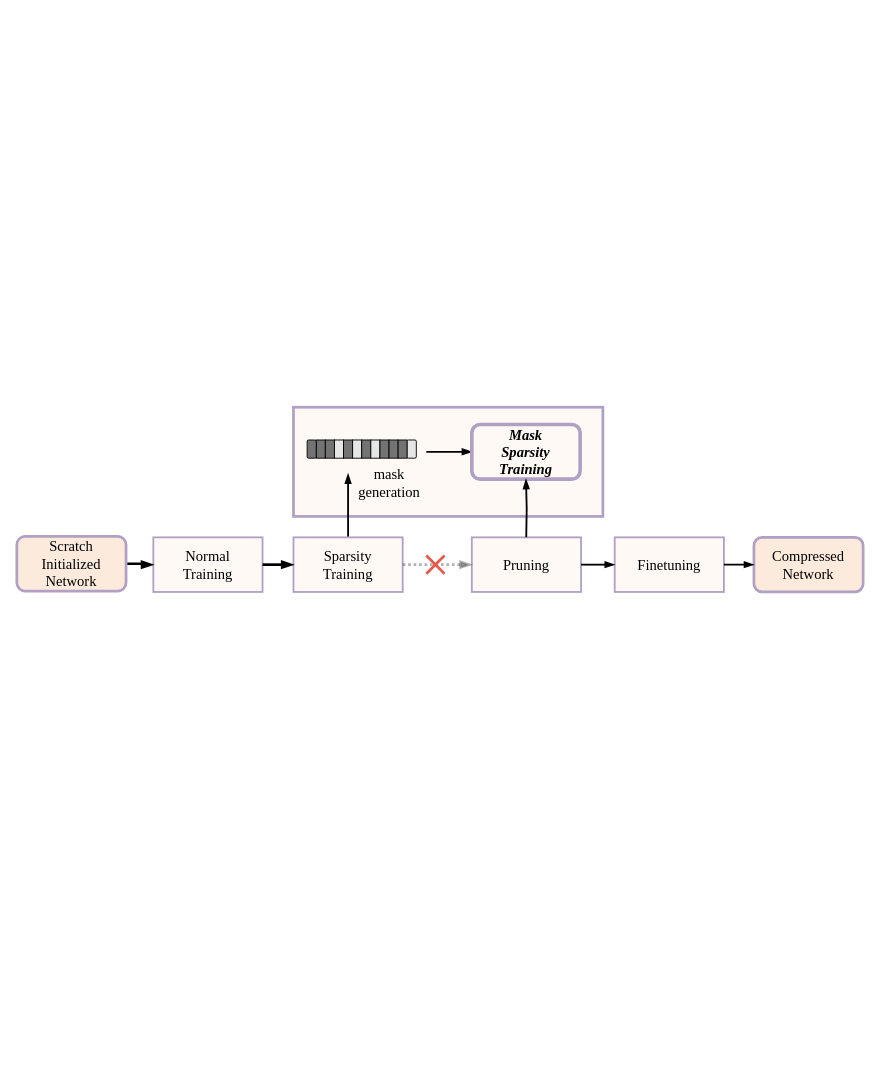
Above: Untitled Diagram.drawio in AAAAAAAyq/Personal-Studying (draw.io), before the change. Source tidied: cells renumbered, new cells numbered last; positions are measured from the earlier drawing's top-left corner, leaving out a move shared by most shapes. Both pictures are drawn from the tidied source at 91%, with x=0, y=0 at pixel (15, 389).
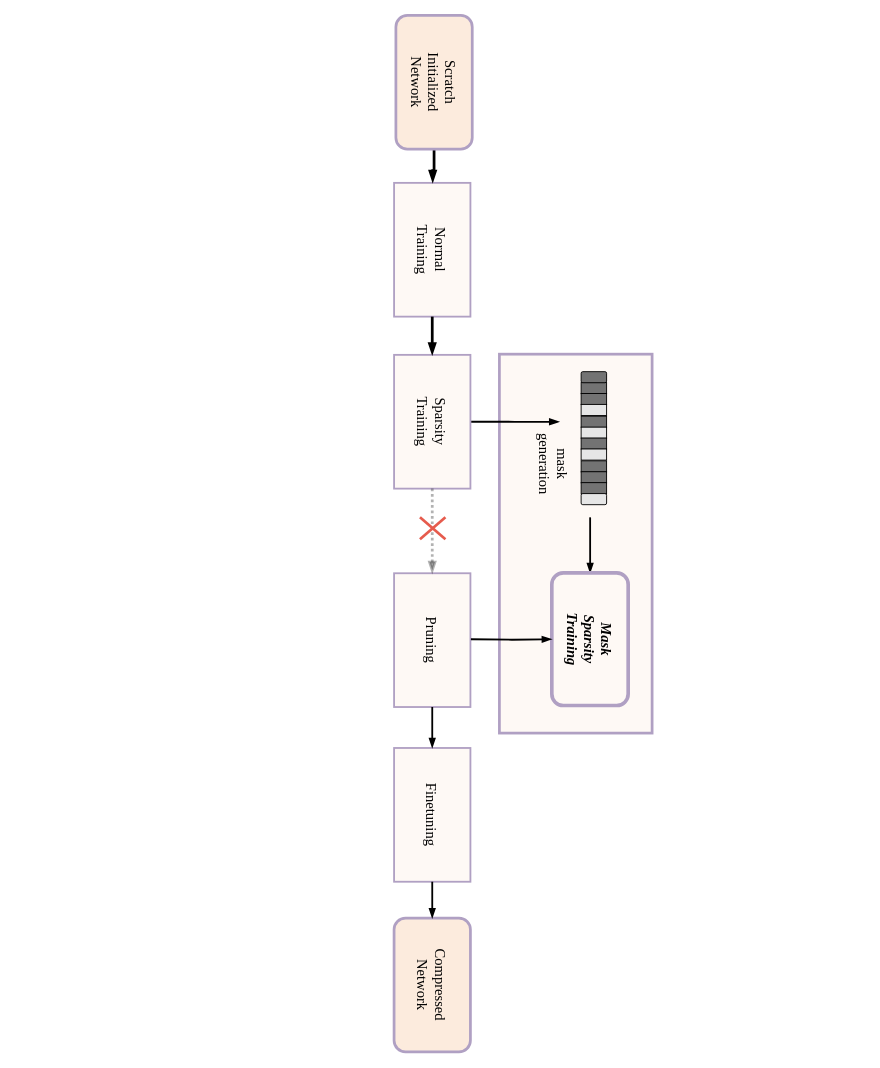
The same diagram, later.

What changed in the source:
```diff
@@
-    <mxCell id="2" style="group;rotation=0;" parent="1" vertex="1">
-      <mxGeometry width="930" height="226" as="geometry" />
+    <mxCell id="2" style="group;rotation=90;direction=east;" parent="1" vertex="1">
+      <mxGeometry width="1139" height="316" as="geometry" />
     </mxCell>
-    <mxCell id="3" style="rounded=0;whiteSpace=wrap;html=1;shadow=0;glass=0;sketch=0;fontFamily=Times New Roman;fontSize=16;strokeWidth=3;direction=east;rotation=0;fillColor=#FEF9F5;strokeColor=#B0A0C3;" parent="2" vertex="1">
-      <mxGeometry x="305" y="20" width="340" height="120" as="geometry" />
+    <mxCell id="3" style="rounded=0;whiteSpace=wrap;html=1;shadow=0;glass=0;sketch=0;fontFamily=Times New Roman;fontSize=16;strokeWidth=3;direction=east;rotation=90;fillColor=#FEF9F5;strokeColor=#B0A0C3;" parent="2" vertex="1">
+      <mxGeometry x="407" y="86" width="416.4" height="167.8" as="geometry" />
     </mxCell>
-    <mxCell id="4" value="Normal&lt;br style=&quot;font-size: 16px;&quot;&gt;Training" style="rounded=0;whiteSpace=wrap;html=1;fillColor=#FEF9F5;strokeColor=#B0A0C3;strokeWidth=2;fontFamily=Times New Roman;fontSize=16;direction=east;rotation=0;" parent="2" vertex="1">
-      <mxGeometry x="151" y="163" width="120" height="60" as="geometry" />
+    <mxCell id="4" value="Normal&lt;br style=&quot;font-size: 16px;&quot;&gt;Training" style="rounded=0;whiteSpace=wrap;html=1;fillColor=#FEF9F5;strokeColor=#B0A0C3;strokeWidth=2;fontFamily=Times New Roman;fontSize=16;direction=east;rotation=90;" parent="2" vertex="1">
+      <mxGeometry x="384" y="-195" width="147" height="83.9" as="geometry" />
     </mxCell>
     <mxCell id="5" style="edgeStyle=orthogonalEdgeStyle;rounded=0;jettySize=auto;html=1;exitX=0.5;exitY=0;exitDx=0;exitDy=0;fontFamily=Times New Roman;fontSize=16;endArrow=blockThin;endFill=1;strokeWidth=2;entryX=0.5;entryY=0;entryDx=0;entryDy=0;" parent="2" edge="1" source="6">
       <mxGeometry relative="1" as="geometry">
-        <mxPoint x="365" y="93" as="targetPoint" />
+        <mxPoint x="597" y="36" as="targetPoint" />
       </mxGeometry>
     </mxCell>
-    <mxCell id="6" value="Sparsity&lt;br style=&quot;font-size: 16px&quot;&gt;Training" style="rounded=0;whiteSpace=wrap;html=1;fillColor=#FEF9F5;strokeColor=#B0A0C3;strokeWidth=2;fontFamily=Times New Roman;fontSize=16;direction=east;rotation=0;" parent="2" vertex="1">
-      <mxGeometry x="305" y="163" width="120" height="60" as="geometry" />
+    <mxCell id="6" value="Sparsity&lt;br style=&quot;font-size: 16px&quot;&gt;Training" style="rounded=0;whiteSpace=wrap;html=1;fillColor=#FEF9F5;strokeColor=#B0A0C3;strokeWidth=2;fontFamily=Times New Roman;fontSize=16;direction=east;rotation=90;" parent="2" vertex="1">
+      <mxGeometry x="384" y="-6" width="147" height="83.9" as="geometry" />
     </mxCell>
@@
-    <mxCell id="8" value="Pruning" style="rounded=0;whiteSpace=wrap;html=1;fillColor=#FEF9F5;strokeColor=#B0A0C3;strokeWidth=2;fontFamily=Times New Roman;fontSize=16;direction=east;rotation=0;" parent="2" vertex="1">
-      <mxGeometry x="501" y="163" width="120" height="60" as="geometry" />
+    <mxCell id="8" value="Pruning" style="rounded=0;whiteSpace=wrap;html=1;fillColor=#FEF9F5;strokeColor=#B0A0C3;strokeWidth=2;fontFamily=Times New Roman;fontSize=16;direction=east;rotation=90;" parent="2" vertex="1">
+      <mxGeometry x="384" y="234" width="147" height="83.9" as="geometry" />
     </mxCell>
@@
-    <mxCell id="10" value="Finetuning" style="rounded=0;whiteSpace=wrap;html=1;fillColor=#FEF9F5;strokeColor=#B0A0C3;strokeWidth=2;fontFamily=Times New Roman;fontSize=16;direction=east;rotation=0;" parent="2" vertex="1">
-      <mxGeometry x="658" y="163" width="120" height="60" as="geometry" />
+    <mxCell id="10" value="Finetuning" style="rounded=0;whiteSpace=wrap;html=1;fillColor=#FEF9F5;strokeColor=#B0A0C3;strokeWidth=2;fontFamily=Times New Roman;fontSize=16;direction=east;rotation=90;" parent="2" vertex="1">
+      <mxGeometry x="384" y="426" width="147" height="83.9" as="geometry" />
     </mxCell>
@@
-    <mxCell id="12" style="edgeStyle=orthogonalEdgeStyle;rounded=0;jettySize=auto;html=1;exitX=1;exitY=0.5;exitDx=0;exitDy=0;fontFamily=Times New Roman;fontSize=16;endArrow=blockThin;endFill=1;strokeWidth=3;" parent="2" edge="1" source="13">
+    <mxCell id="12" style="edgeStyle=orthogonalEdgeStyle;rounded=0;jettySize=auto;html=1;exitX=1;exitY=0.5;exitDx=0;exitDy=0;fontFamily=Times New Roman;fontSize=16;endArrow=blockThin;endFill=1;strokeWidth=3;entryX=1;entryY=0.5;entryDx=0;entryDy=0;" parent="2" edge="1" source="13">
       <mxGeometry relative="1" as="geometry">
-        <mxPoint x="151" y="193" as="targetPoint" />
+        <mxPoint x="458" y="-227" as="targetPoint" />
         <Array as="points">
-          <mxPoint x="140" y="192" />
-          <mxPoint x="140" y="193" />
+          <mxPoint x="459" y="-240" />
+          <mxPoint x="458" y="-240" />
         </Array>
       </mxGeometry>
     </mxCell>
-    <mxCell id="13" value="Scratch&lt;br&gt;Initialized&lt;br&gt;Network" style="rounded=1;whiteSpace=wrap;html=1;fontFamily=Times New Roman;fontSize=16;strokeWidth=3;strokeColor=#B0A0C3;fillColor=#FCEBDD;direction=east;rotation=0;" parent="2" vertex="1">
-      <mxGeometry x="1" y="162" width="120" height="60" as="geometry" />
+    <mxCell id="13" value="Scratch&lt;br&gt;Initialized&lt;br&gt;Network" style="rounded=1;whiteSpace=wrap;html=1;fontFamily=Times New Roman;fontSize=16;strokeWidth=3;strokeColor=#B0A0C3;fillColor=#FCEBDD;direction=east;rotation=90;" parent="2" vertex="1">
+      <mxGeometry x="386" y="-379" width="147" height="83.9" as="geometry" />
     </mxCell>
-    <mxCell id="14" value="Compressed&lt;br&gt;Network" style="rounded=1;whiteSpace=wrap;html=1;fontFamily=Times New Roman;fontSize=16;strokeWidth=3;strokeColor=#B0A0C3;fillColor=#FCEBDD;direction=east;rotation=0;" parent="2" vertex="1">
-      <mxGeometry x="811" y="163" width="120" height="60" as="geometry" />
+    <mxCell id="14" value="Compressed&lt;br&gt;Network" style="rounded=1;whiteSpace=wrap;html=1;fontFamily=Times New Roman;fontSize=16;strokeWidth=3;strokeColor=#B0A0C3;fillColor=#FCEBDD;direction=east;rotation=90;" parent="2" vertex="1">
+      <mxGeometry x="384" y="613" width="147" height="83.9" as="geometry" />
     </mxCell>
@@
-    <mxCell id="16" style="edgeStyle=orthogonalEdgeStyle;rounded=0;jettySize=auto;html=1;exitX=0;exitY=0.5;exitDx=0;exitDy=0;fontFamily=Times New Roman;fontSize=16;endArrow=none;endFill=0;strokeWidth=2;startArrow=blockThin;startFill=1;" parent="2" edge="1" source="32">
+    <mxCell id="16" style="edgeStyle=orthogonalEdgeStyle;rounded=0;jettySize=auto;html=1;exitX=0;exitY=0.5;exitDx=0;exitDy=0;fontFamily=Times New Roman;fontSize=16;endArrow=none;endFill=0;strokeWidth=2;startArrow=blockThin;startFill=1;entryX=0;entryY=0.5;entryDx=0;entryDy=0;" parent="2" edge="1" source="32">
       <mxGeometry relative="1" as="geometry">
-        <mxPoint x="451" y="69" as="targetPoint" />
+        <mxPoint x="631" y="141" as="targetPoint" />
         <Array as="points">
-          <mxPoint x="451" y="69" />
+          <mxPoint x="631" y="141" />
         </Array>
       </mxGeometry>
     </mxCell>
     <mxCell id="17" style="endArrow=none;html=1;fontFamily=Times New Roman;fontSize=16;strokeWidth=3;strokeColor=#E65B4D;" parent="2" edge="1">
       <mxGeometry relative="1" as="geometry">
-        <mxPoint x="451" y="203" as="sourcePoint" />
-        <mxPoint x="471" y="183" as="targetPoint" />
+        <mxPoint x="444" y="141" as="sourcePoint" />
+        <mxPoint x="472" y="165" as="targetPoint" />
       </mxGeometry>
     </mxCell>
     <mxCell id="18" style="endArrow=none;html=1;fontFamily=Times New Roman;fontSize=16;strokeWidth=3;strokeColor=#E65B4D;" parent="2" edge="1">
       <mxGeometry relative="1" as="geometry">
-        <mxPoint x="471" y="203" as="sourcePoint" />
-        <mxPoint x="451" y="183" as="targetPoint" />
+        <mxPoint x="444" y="165" as="sourcePoint" />
+        <mxPoint x="472" y="141" as="targetPoint" />
       </mxGeometry>
     </mxCell>
-    <mxCell id="19" style="whiteSpace=wrap;html=1;fontFamily=Times New Roman;fontSize=16;strokeWidth=1;fillColor=#737373;direction=east;rotation=0;" parent="2" vertex="1">
-      <mxGeometry x="330" y="56" width="10" height="20" as="geometry" />
+    <mxCell id="19" style="whiteSpace=wrap;html=1;fontFamily=Times New Roman;fontSize=16;strokeWidth=1;fillColor=#737373;direction=east;rotation=90;" parent="2" vertex="1">
+      <mxGeometry x="629" y="-15" width="12.2" height="28" as="geometry" />
     </mxCell>
-    <mxCell id="20" style="whiteSpace=wrap;html=1;fontFamily=Times New Roman;fontSize=16;strokeWidth=1;fillColor=#737373;direction=east;rotation=0;" parent="2" vertex="1">
-      <mxGeometry x="340" y="56" width="10" height="20" as="geometry" />
+    <mxCell id="20" style="whiteSpace=wrap;html=1;fontFamily=Times New Roman;fontSize=16;strokeWidth=1;fillColor=#737373;direction=east;rotation=90;" parent="2" vertex="1">
+      <mxGeometry x="629" y="-3" width="12.2" height="28" as="geometry" />
     </mxCell>
-    <mxCell id="21" style="whiteSpace=wrap;html=1;fontFamily=Times New Roman;fontSize=16;strokeWidth=1;fillColor=#E6E6E6;direction=east;rotation=0;" parent="2" vertex="1">
-      <mxGeometry x="350" y="56" width="10" height="20" as="geometry" />
+    <mxCell id="21" style="whiteSpace=wrap;html=1;fontFamily=Times New Roman;fontSize=16;strokeWidth=1;fillColor=#E6E6E6;direction=east;rotation=90;" parent="2" vertex="1">
+      <mxGeometry x="629" y="9" width="12.2" height="28" as="geometry" />
     </mxCell>
-    <mxCell id="22" style="whiteSpace=wrap;html=1;fontFamily=Times New Roman;fontSize=16;strokeWidth=1;fillColor=#737373;direction=east;rotation=0;" parent="2" vertex="1">
-      <mxGeometry x="360" y="56" width="10" height="20" as="geometry" />
+    <mxCell id="22" style="whiteSpace=wrap;html=1;fontFamily=Times New Roman;fontSize=16;strokeWidth=1;fillColor=#737373;direction=east;rotation=90;" parent="2" vertex="1">
+      <mxGeometry x="629" y="22" width="12.2" height="28" as="geometry" />
     </mxCell>
-    <mxCell id="23" style="whiteSpace=wrap;html=1;fontFamily=Times New Roman;fontSize=16;strokeWidth=1;fillColor=#E6E6E6;direction=east;rotation=0;" parent="2" vertex="1">
-      <mxGeometry x="370" y="56" width="10" height="20" as="geometry" />
+    <mxCell id="23" style="whiteSpace=wrap;html=1;fontFamily=Times New Roman;fontSize=16;strokeWidth=1;fillColor=#E6E6E6;direction=east;rotation=90;" parent="2" vertex="1">
+      <mxGeometry x="629" y="34" width="12.2" height="28" as="geometry" />
     </mxCell>
-    <mxCell id="24" style="whiteSpace=wrap;html=1;fontFamily=Times New Roman;fontSize=16;strokeWidth=1;fillColor=#737373;direction=east;rotation=0;" parent="2" vertex="1">
-      <mxGeometry x="380" y="56" width="10" height="20" as="geometry" />
+    <mxCell id="24" style="whiteSpace=wrap;html=1;fontFamily=Times New Roman;fontSize=16;strokeWidth=1;fillColor=#737373;direction=east;rotation=90;" parent="2" vertex="1">
+      <mxGeometry x="629" y="46" width="12.2" height="28" as="geometry" />
     </mxCell>
-    <mxCell id="25" style="whiteSpace=wrap;html=1;fontFamily=Times New Roman;fontSize=16;strokeWidth=1;fillColor=#E6E6E6;direction=east;rotation=0;" parent="2" vertex="1">
-      <mxGeometry x="390" y="56" width="10" height="20" as="geometry" />
+    <mxCell id="25" style="whiteSpace=wrap;html=1;fontFamily=Times New Roman;fontSize=16;strokeWidth=1;fillColor=#E6E6E6;direction=east;rotation=90;" parent="2" vertex="1">
+      <mxGeometry x="629" y="58" width="12.2" height="28" as="geometry" />
     </mxCell>
-    <mxCell id="26" style="whiteSpace=wrap;html=1;fontFamily=Times New Roman;fontSize=16;strokeWidth=1;fillColor=#737373;direction=east;rotation=0;" parent="2" vertex="1">
-      <mxGeometry x="400" y="56" width="10" height="20" as="geometry" />
+    <mxCell id="26" style="whiteSpace=wrap;html=1;fontFamily=Times New Roman;fontSize=16;strokeWidth=1;fillColor=#737373;direction=east;rotation=90;" parent="2" vertex="1">
+      <mxGeometry x="629" y="71" width="12.2" height="28" as="geometry" />
     </mxCell>
-    <mxCell id="27" style="whiteSpace=wrap;html=1;fontFamily=Times New Roman;fontSize=16;strokeWidth=1;rounded=1;fillColor=#737373;direction=east;rotation=0;" parent="2" vertex="1">
-      <mxGeometry x="320" y="56" width="10" height="20" as="geometry" />
+    <mxCell id="27" style="whiteSpace=wrap;html=1;fontFamily=Times New Roman;fontSize=16;strokeWidth=1;rounded=1;fillColor=#737373;direction=east;rotation=90;" parent="2" vertex="1">
+      <mxGeometry x="629" y="-27" width="12.2" height="28" as="geometry" />
     </mxCell>
-    <mxCell id="28" style="whiteSpace=wrap;html=1;fontFamily=Times New Roman;fontSize=16;strokeWidth=1;fillColor=#737373;direction=east;rotation=0;" parent="2" vertex="1">
-      <mxGeometry x="410" y="56" width="10" height="20" as="geometry" />
+    <mxCell id="28" style="whiteSpace=wrap;html=1;fontFamily=Times New Roman;fontSize=16;strokeWidth=1;fillColor=#737373;direction=east;rotation=90;" parent="2" vertex="1">
+      <mxGeometry x="629" y="83" width="12.2" height="28" as="geometry" />
     </mxCell>
-    <mxCell id="29" style="whiteSpace=wrap;html=1;fontFamily=Times New Roman;fontSize=16;strokeWidth=1;fillColor=#737373;direction=east;rotation=0;" parent="2" vertex="1">
-      <mxGeometry x="420" y="56" width="10" height="20" as="geometry" />
+    <mxCell id="29" style="whiteSpace=wrap;html=1;fontFamily=Times New Roman;fontSize=16;strokeWidth=1;fillColor=#737373;direction=east;rotation=90;" parent="2" vertex="1">
+      <mxGeometry x="629" y="95" width="12.2" height="28" as="geometry" />
     </mxCell>
-    <mxCell id="30" style="whiteSpace=wrap;html=1;fontFamily=Times New Roman;fontSize=16;strokeWidth=1;rounded=1;glass=0;sketch=0;shadow=0;fillColor=#E6E6E6;direction=east;rotation=0;" parent="2" vertex="1">
-      <mxGeometry x="430" y="56" width="10" height="20" as="geometry" />
+    <mxCell id="30" style="whiteSpace=wrap;html=1;fontFamily=Times New Roman;fontSize=16;strokeWidth=1;rounded=1;glass=0;sketch=0;shadow=0;fillColor=#E6E6E6;direction=east;rotation=90;" parent="2" vertex="1">
+      <mxGeometry x="629" y="107" width="12.2" height="28" as="geometry" />
     </mxCell>
-    <mxCell id="31" value="mask&lt;br&gt;generation" style="text;html=1;align=center;verticalAlign=middle;strokeColor=none;fillColor=none;fontSize=16;fontFamily=Times New Roman;rotation=0;" parent="2" vertex="1">
-      <mxGeometry x="370" y="83" width="80" height="40" as="geometry" />
+    <mxCell id="31" value="mask&lt;br&gt;generation" style="text;html=1;align=center;verticalAlign=middle;strokeColor=none;fillColor=none;fontSize=16;fontFamily=Times New Roman;rotation=90;" parent="2" vertex="1">
+      <mxGeometry x="551" y="62" width="80" height="40" as="geometry" />
     </mxCell>
-    <mxCell id="32" value="&lt;b&gt;&lt;i&gt;Mask&lt;br&gt;Sparsity&lt;br&gt;Training&lt;/i&gt;&lt;/b&gt;" style="rounded=1;whiteSpace=wrap;html=1;fillColor=#FEF9F5;strokeColor=#B0A0C3;strokeWidth=4;fontFamily=Times New Roman;fontSize=16;direction=east;rotation=0;" parent="2" vertex="1">
-      <mxGeometry x="501" y="39" width="119" height="60" as="geometry" />
+    <mxCell id="32" value="&lt;b&gt;&lt;i&gt;Mask&lt;br&gt;Sparsity&lt;br&gt;Training&lt;/i&gt;&lt;/b&gt;" style="rounded=1;whiteSpace=wrap;html=1;fillColor=#FEF9F5;strokeColor=#B0A0C3;strokeWidth=4;fontFamily=Times New Roman;fontSize=16;direction=east;rotation=90;" parent="2" vertex="1">
+      <mxGeometry x="558" y="233" width="145.7" height="83.9" as="geometry" />
     </mxCell>
-    <mxCell id="33" style="edgeStyle=orthogonalEdgeStyle;rounded=0;jettySize=auto;html=1;exitX=0.5;exitY=0;exitDx=0;exitDy=0;fontFamily=Times New Roman;fontSize=16;endArrow=blockThin;endFill=1;strokeWidth=2;entryX=0.5;entryY=1;entryDx=0;entryDy=0;" parent="2" edge="1" target="32">
+    <mxCell id="33" style="edgeStyle=orthogonalEdgeStyle;rounded=0;jettySize=auto;html=1;exitX=0.5;exitY=1;exitDx=0;exitDy=0;fontFamily=Times New Roman;fontSize=16;endArrow=blockThin;endFill=1;strokeWidth=2;entryX=0.5;entryY=1;entryDx=0;entryDy=0;" parent="2" edge="1" target="32">
       <mxGeometry relative="1" as="geometry">
-        <mxPoint x="560.8" y="163" as="sourcePoint" />
+        <mxPoint x="500" y="275" as="sourcePoint" />
       </mxGeometry>
     </mxCell>
```
